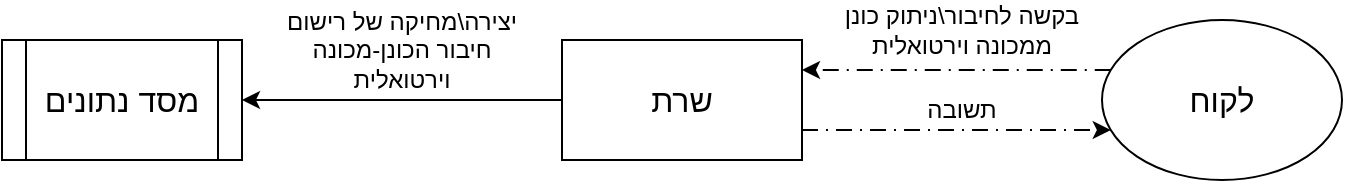
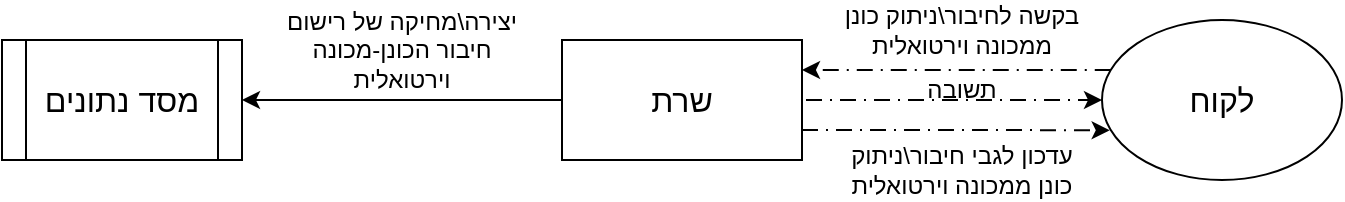
<mxfile host="Electron" agent="Mozilla/5.0 (X11; Linux x86_64) AppleWebKit/537.36 (KHTML, like Gecko) draw.io/29.6.1 Chrome/142.0.7444.265 Electron/39.8.9 Safari/537.36" version="29.6.1">
  <diagram name="Page-1" id="tHoBDmq4Bw8hzhRrkMM5">
-     <mxGraphModel dx="570" dy="337" grid="1" gridSize="10" guides="1" tooltips="1" connect="1" arrows="1" fold="1" page="1" pageScale="1" pageWidth="850" pageHeight="1100" math="0" shadow="0">
+     <mxGraphModel dx="814" dy="481" grid="1" gridSize="10" guides="1" tooltips="1" connect="1" arrows="1" fold="1" page="1" pageScale="1" pageWidth="850" pageHeight="1100" math="0" shadow="0">
      <root>
        <mxCell id="0" />
        <mxCell id="1" parent="0" />
        <mxCell id="a2DlJLH1b4CRjQ99sm9D-1" parent="1" style="shape=process;whiteSpace=wrap;html=1;backgroundOutline=1;" value="&lt;font style=&quot;font-size: 16px;&quot;&gt;מסד נתונים&lt;/font&gt;" vertex="1">
          <mxGeometry height="60" width="120" x="70" y="320" as="geometry" />
        </mxCell>
        <mxCell id="LBchu7o-mgu49VjxEfoT-4" edge="1" parent="1" source="a2DlJLH1b4CRjQ99sm9D-2" style="edgeStyle=orthogonalEdgeStyle;rounded=0;orthogonalLoop=1;jettySize=auto;html=1;entryX=1;entryY=0.5;entryDx=0;entryDy=0;" target="a2DlJLH1b4CRjQ99sm9D-1">
          <mxGeometry relative="1" as="geometry" />
        </mxCell>
        <mxCell id="a2DlJLH1b4CRjQ99sm9D-2" parent="1" style="rounded=0;whiteSpace=wrap;html=1;" value="&lt;font style=&quot;font-size: 16px;&quot;&gt;שרת&lt;/font&gt;" vertex="1">
          <mxGeometry height="60" width="120" x="350" y="320" as="geometry" />
        </mxCell>
        <mxCell id="a2DlJLH1b4CRjQ99sm9D-4" edge="1" parent="1" source="a2DlJLH1b4CRjQ99sm9D-3" style="edgeStyle=orthogonalEdgeStyle;rounded=0;orthogonalLoop=1;jettySize=auto;html=1;entryX=1;entryY=0.25;entryDx=0;entryDy=0;dashed=1;dashPattern=8 4 1 4;" target="a2DlJLH1b4CRjQ99sm9D-2">
          <mxGeometry relative="1" as="geometry">
            <Array as="points">
              <mxPoint x="610" y="335" />
              <mxPoint x="610" y="335" />
            </Array>
          </mxGeometry>
        </mxCell>
        <mxCell id="a2DlJLH1b4CRjQ99sm9D-6" edge="1" parent="1" source="a2DlJLH1b4CRjQ99sm9D-2" style="edgeStyle=orthogonalEdgeStyle;rounded=0;orthogonalLoop=1;jettySize=auto;html=1;exitX=1;exitY=0.75;exitDx=0;exitDy=0;dashed=1;dashPattern=8 4 1 4;" target="a2DlJLH1b4CRjQ99sm9D-3">
          <mxGeometry relative="1" as="geometry">
            <Array as="points">
-               <mxPoint x="610" y="365" />
-               <mxPoint x="610" y="365" />
+               <mxPoint x="470" y="350" />
            </Array>
          </mxGeometry>
        </mxCell>
        <mxCell id="a2DlJLH1b4CRjQ99sm9D-3" parent="1" style="ellipse;whiteSpace=wrap;html=1;" value="&lt;font style=&quot;font-size: 16px;&quot;&gt;לקוח&lt;/font&gt;" vertex="1">
          <mxGeometry height="80" width="120" x="620" y="310" as="geometry" />
        </mxCell>
        <mxCell id="LBchu7o-mgu49VjxEfoT-1" parent="1" style="text;html=1;whiteSpace=wrap;strokeColor=none;fillColor=none;align=center;verticalAlign=middle;rounded=0;" value="בקשה לחיבור\ניתוק כונן ממכונה וירטואלית" vertex="1">
          <mxGeometry height="30" width="140" x="480" y="300" as="geometry" />
        </mxCell>
        <mxCell id="LBchu7o-mgu49VjxEfoT-2" parent="1" style="text;html=1;whiteSpace=wrap;strokeColor=none;fillColor=none;align=center;verticalAlign=middle;rounded=0;" value="תשובה" vertex="1">
-           <mxGeometry height="30" width="60" x="520" y="340" as="geometry" />
+           <mxGeometry height="30" width="60" x="520" y="330" as="geometry" />
        </mxCell>
        <mxCell id="LBchu7o-mgu49VjxEfoT-3" parent="1" style="text;html=1;whiteSpace=wrap;strokeColor=none;fillColor=none;align=center;verticalAlign=middle;rounded=0;" value="יצירה\מחיקה של רישום חיבור הכונן-מכונה וירטואלית" vertex="1">
          <mxGeometry height="30" width="140" x="200" y="310" as="geometry" />
+         </mxCell>
+         <mxCell id="q8J2GipplXzcnkHckoLx-1" edge="1" parent="1" source="a2DlJLH1b4CRjQ99sm9D-2" style="edgeStyle=orthogonalEdgeStyle;rounded=0;orthogonalLoop=1;jettySize=auto;html=1;exitX=1;exitY=0.75;exitDx=0;exitDy=0;entryX=0.032;entryY=0.689;entryDx=0;entryDy=0;entryPerimeter=0;dashed=1;dashPattern=8 4 1 4;" target="a2DlJLH1b4CRjQ99sm9D-3">
+           <mxGeometry relative="1" as="geometry" />
+         </mxCell>
+         <mxCell id="q8J2GipplXzcnkHckoLx-2" parent="1" style="text;html=1;whiteSpace=wrap;strokeColor=none;fillColor=none;align=center;verticalAlign=middle;rounded=0;" value="עדכון לגבי חיבור\ניתוק כונן ממכונה וירטואלית" vertex="1">
+           <mxGeometry height="30" width="130" x="485" y="370" as="geometry" />
        </mxCell>
      </root>
    </mxGraphModel>
  </diagram>
</mxfile>
